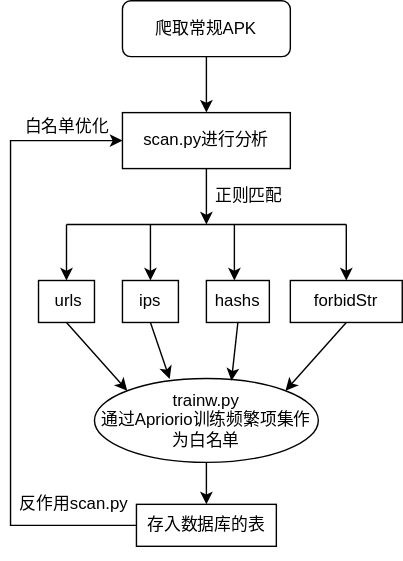
The draw.io diagram 模型.svg in Ech0zr/liuchengtu, before a commit. Source tidied: cells renumbered, new cells last; positions are measured from the earlier drawing's top-left corner, leaving out a move shared by most shapes.
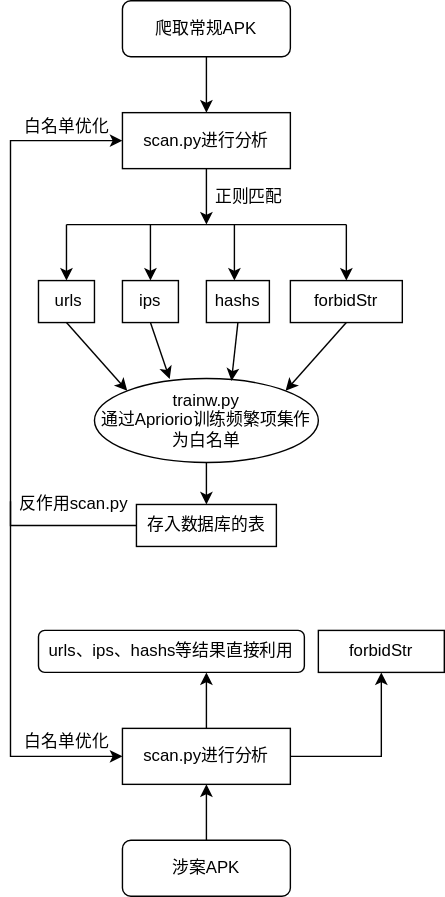
After the commit.

The edit, as a diff of the source:
```diff
@@ -104,5 +104,47 @@
     <mxCell id="26" value="正则匹配" style="text;html=1;align=center;verticalAlign=middle;strokeColor=none;fillColor=none;" parent="1" vertex="1">
       <mxGeometry x="140" y="130" width="60" height="20" as="geometry" />
     </mxCell>
+    <mxCell id="27" value="涉案APK" style="rounded=1;whiteSpace=wrap;html=1;" parent="1" vertex="1">
+      <mxGeometry x="80" y="600" width="120" height="40" as="geometry" />
+    </mxCell>
+    <mxCell id="28" style="endArrow=classic;html=1;rounded=0;exitX=0.5;exitY=0;exitDx=0;exitDy=0;" parent="1" edge="1" source="27">
+      <mxGeometry relative="1" as="geometry">
+        <mxPoint x="140" y="560" as="targetPoint" />
+      </mxGeometry>
+    </mxCell>
+    <mxCell id="29" value="scan.py进行分析" style="rounded=0;whiteSpace=wrap;html=1;" parent="1" vertex="1">
+      <mxGeometry x="80" y="520" width="120" height="40" as="geometry" />
+    </mxCell>
+    <mxCell id="30" style="endArrow=classic;html=1;rounded=0;exitX=0;exitY=0.383;exitDx=0;exitDy=0;exitPerimeter=0;entryX=0;entryY=0.5;entryDx=0;entryDy=0;" parent="1" edge="1" source="24" target="29">
+      <mxGeometry relative="1" as="geometry">
+        <Array as="points">
+          <mxPoint y="540" />
+        </Array>
+      </mxGeometry>
+    </mxCell>
+    <mxCell id="31" value="白名单优化" style="text;html=1;align=center;verticalAlign=middle;strokeColor=none;fillColor=none;" parent="1" vertex="1">
+      <mxGeometry y="520" width="80" height="20" as="geometry" />
+    </mxCell>
+    <mxCell id="32" style="endArrow=classic;html=1;rounded=0;exitX=0.5;exitY=0;exitDx=0;exitDy=0;" parent="1" edge="1" source="29">
+      <mxGeometry relative="1" as="geometry">
+        <mxPoint x="140" y="480" as="targetPoint" />
+        <Array as="points">
+          <mxPoint x="140" y="500" />
+        </Array>
+      </mxGeometry>
+    </mxCell>
+    <mxCell id="33" value="urls、ips、hashs等结果直接利用" style="rounded=1;whiteSpace=wrap;html=1;" parent="1" vertex="1">
+      <mxGeometry x="20" y="450" width="190" height="30" as="geometry" />
+    </mxCell>
+    <mxCell id="34" style="endArrow=classic;html=1;rounded=0;exitX=1;exitY=0.5;exitDx=0;exitDy=0;entryX=0.5;entryY=1;entryDx=0;entryDy=0;" parent="1" edge="1" source="29" target="35">
+      <mxGeometry relative="1" as="geometry">
+        <Array as="points">
+          <mxPoint x="265" y="540" />
+        </Array>
+      </mxGeometry>
+    </mxCell>
+    <mxCell id="35" value="forbidStr" style="rounded=0;whiteSpace=wrap;html=1;" parent="1" vertex="1">
+      <mxGeometry x="220" y="450" width="90" height="30" as="geometry" />
+    </mxCell>
   </root>
 </mxGraphModel>
```
